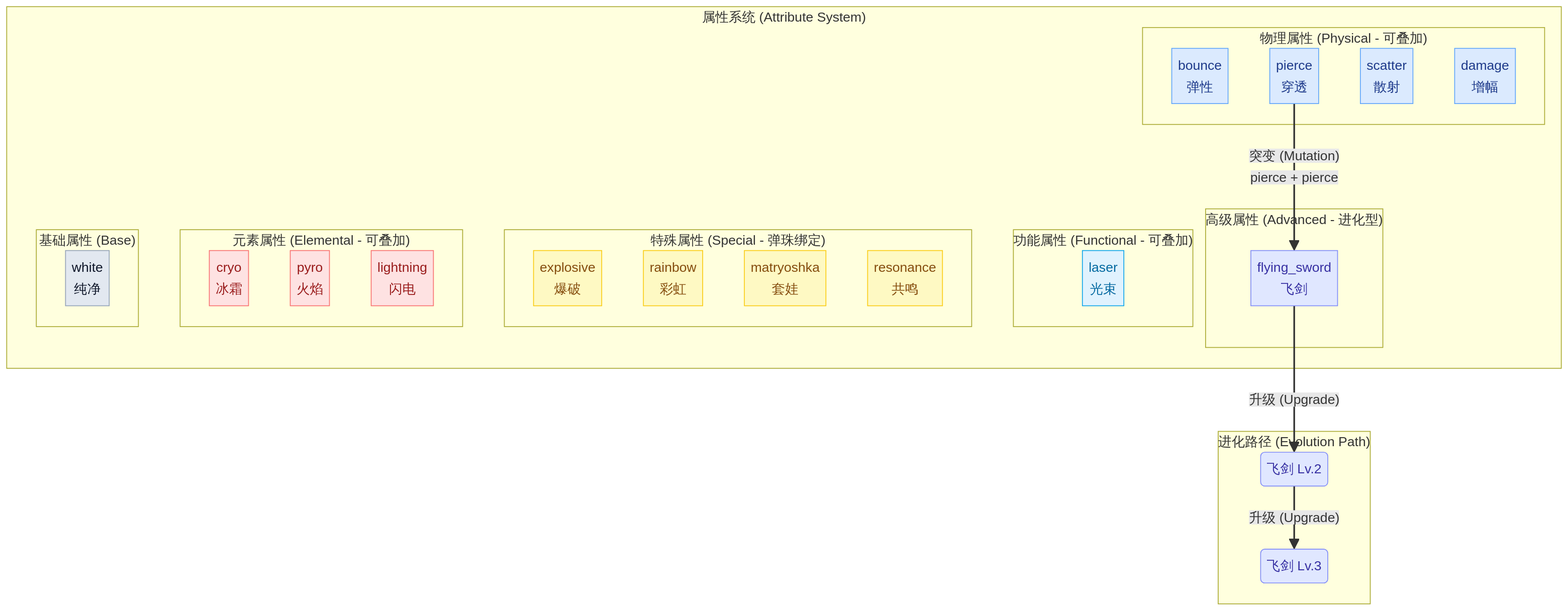
Earlier version of the Mermaid export docs_attribute_flow.png (gdszyy/echo-alchemist-v2-1766564886). Its source is kept beside it as docs_attribute_flow.mmd.
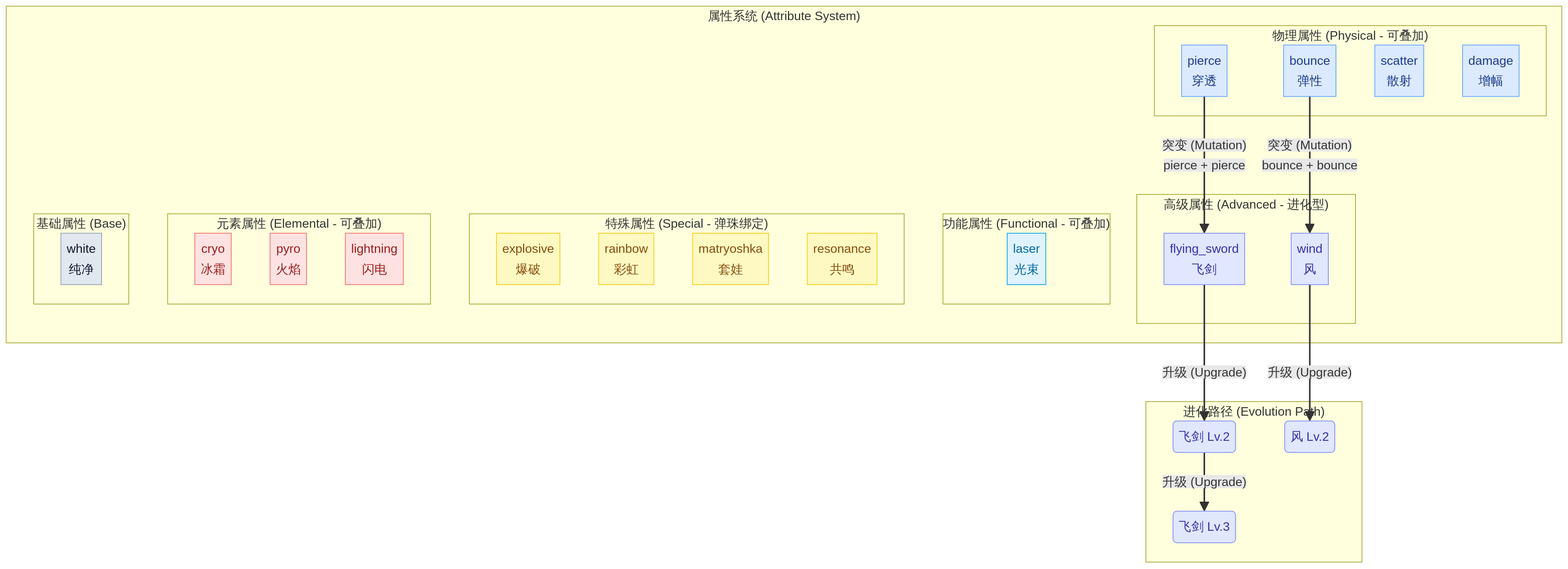
Above is the later version.

Diff of the diagram source:
```diff
@@ -32,6 +32,7 @@
 
         subgraph "高级属性 (Advanced - 进化型)"
             E1[flying_sword<br>飞剑]
+            E2[wind<br>风]
         end
     end
 
@@ -40,6 +41,9 @@
         B2 -- 突变 (Mutation)<br>pierce + pierce --> E1
         E1 -- 升级 (Upgrade) --> E1_LV2(飞剑 Lv.2)
         E1_LV2 -- 升级 (Upgrade) --> E1_LV3(飞剑 Lv.3)
+
+        B1 -- 突变 (Mutation)<br>bounce + bounce --> E2
+        E2 -- 升级 (Upgrade) --> E2_LV2(风 Lv.2)
     end
 
     classDef base fill:#e2e8f0,stroke:#94a3b8,color:#0f172a
@@ -54,4 +58,4 @@
     class C1,C2,C3 elemental
     class D1,D2,D3,D4 special
     class F1 functional
-    class E1,E1_LV2,E1_LV3 advanced
+    class E1,E1_LV2,E1_LV3,E2,E2_LV2 advanced
```
